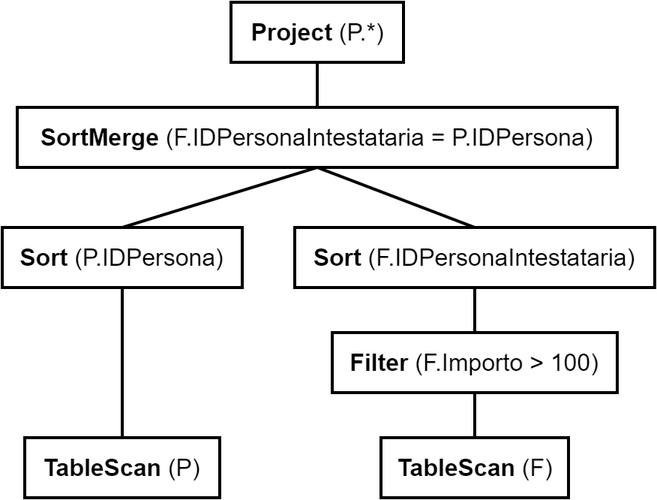
alessandro-antonelli/Studio-professionale-fatture keeps this draw.io diagram as Piani di accesso/Albero fisico 1.png. Above is the earlier version. Source tidied: cells renumbered, new cells last; positions are measured from the earlier drawing's top-left corner, leaving out a move shared by most shapes. The source it was exported from:
```xml
<mxGraphModel>
  <root>
    <mxCell id="0" />
    <mxCell id="1" parent="0" />
    <mxCell id="2" value="&lt;font style=&quot;font-size: 16px&quot;&gt;&lt;b&gt;Project&lt;/b&gt; (P.*)&lt;/font&gt;" style="text;html=1;fillColor=none;align=center;verticalAlign=middle;whiteSpace=wrap;rounded=0;strokeColor=#000000;strokeWidth=2;" parent="1" vertex="1">
      <mxGeometry x="152.5" width="115" height="40" as="geometry" />
    </mxCell>
    <mxCell id="3" style="endArrow=none;html=1;strokeWidth=2;exitX=0.5;exitY=1;exitDx=0;exitDy=0;entryX=0.5;entryY=0;entryDx=0;entryDy=0;" parent="1" edge="1" source="6" target="12">
      <mxGeometry relative="1" as="geometry" />
    </mxCell>
    <mxCell id="4" value="&lt;font style=&quot;font-size: 16px&quot;&gt;&lt;b&gt;TableScan&lt;/b&gt; (P)&lt;/font&gt;" style="text;html=1;fillColor=none;align=center;verticalAlign=middle;whiteSpace=wrap;rounded=0;strokeColor=#000000;strokeWidth=2;" parent="1" vertex="1">
      <mxGeometry x="15" y="290" width="130" height="40" as="geometry" />
    </mxCell>
    <mxCell id="5" value="&lt;font style=&quot;font-size: 16px&quot;&gt;&lt;b&gt;TableScan&lt;/b&gt; (F)&lt;/font&gt;" style="text;html=1;fillColor=none;align=center;verticalAlign=middle;whiteSpace=wrap;rounded=0;strokeColor=#000000;strokeWidth=2;" parent="1" vertex="1">
      <mxGeometry x="252.5" y="290" width="125" height="40" as="geometry" />
    </mxCell>
    <mxCell id="6" value="&lt;span style=&quot;text-align: left ; font-size: 16px&quot;&gt;&lt;b&gt;SortMerge&lt;/b&gt; (F.IDPersonaIntestataria = P.IDPersona)&lt;br&gt;&lt;/span&gt;" style="text;html=1;fillColor=none;align=center;verticalAlign=middle;whiteSpace=wrap;rounded=0;strokeColor=#000000;strokeWidth=2;" parent="1" vertex="1">
      <mxGeometry x="10" y="70" width="400" height="40" as="geometry" />
    </mxCell>
    <mxCell id="7" value="&lt;font style=&quot;font-size: 16px&quot;&gt;&lt;b&gt;Filter&lt;/b&gt; (F.Importo &amp;gt; 100)&lt;/font&gt;" style="text;html=1;fillColor=none;align=center;verticalAlign=middle;whiteSpace=wrap;rounded=0;strokeColor=#000000;strokeWidth=2;" parent="1" vertex="1">
      <mxGeometry x="220" y="220" width="190" height="40" as="geometry" />
    </mxCell>
    <mxCell id="8" style="endArrow=none;html=1;strokeWidth=2;exitX=0.5;exitY=0;exitDx=0;exitDy=0;entryX=0.5;entryY=1;entryDx=0;entryDy=0;" parent="1" edge="1" source="4" target="12">
      <mxGeometry relative="1" as="geometry" />
    </mxCell>
    <mxCell id="9" style="endArrow=none;html=1;strokeWidth=2;exitX=0.5;exitY=0;exitDx=0;exitDy=0;" parent="1" edge="1" source="5" target="7">
      <mxGeometry relative="1" as="geometry" />
    </mxCell>
    <mxCell id="10" style="endArrow=none;html=1;strokeWidth=2;exitX=0.5;exitY=0;exitDx=0;exitDy=0;entryX=0.5;entryY=1;entryDx=0;entryDy=0;" parent="1" edge="1" source="7" target="11">
      <mxGeometry relative="1" as="geometry" />
    </mxCell>
    <mxCell id="11" value="&lt;font style=&quot;font-size: 16px&quot;&gt;&lt;b&gt;Sort&lt;/b&gt; (&lt;span style=&quot;text-align: left&quot;&gt;F.IDPersonaIntestataria&lt;/span&gt;)&lt;/font&gt;" style="text;html=1;fillColor=none;align=center;verticalAlign=middle;whiteSpace=wrap;rounded=0;strokeColor=#000000;strokeWidth=2;" parent="1" vertex="1">
      <mxGeometry x="195" y="150" width="240" height="40" as="geometry" />
    </mxCell>
    <mxCell id="12" value="&lt;font style=&quot;font-size: 16px&quot;&gt;&lt;b&gt;Sort&lt;/b&gt; (P.IDPersona)&lt;/font&gt;" style="text;html=1;fillColor=none;align=center;verticalAlign=middle;whiteSpace=wrap;rounded=0;strokeColor=#000000;strokeWidth=2;" parent="1" vertex="1">
      <mxGeometry y="150" width="160" height="40" as="geometry" />
    </mxCell>
    <mxCell id="13" style="endArrow=none;html=1;strokeWidth=2;exitX=0.5;exitY=1;exitDx=0;exitDy=0;entryX=0.5;entryY=0;entryDx=0;entryDy=0;" parent="1" edge="1" source="6" target="11">
      <mxGeometry relative="1" as="geometry" />
    </mxCell>
    <mxCell id="14" style="endArrow=none;html=1;strokeWidth=2;exitX=0.5;exitY=1;exitDx=0;exitDy=0;entryX=0.5;entryY=0;entryDx=0;entryDy=0;" parent="1" edge="1" source="2" target="6">
      <mxGeometry relative="1" as="geometry" />
    </mxCell>
  </root>
</mxGraphModel>
```
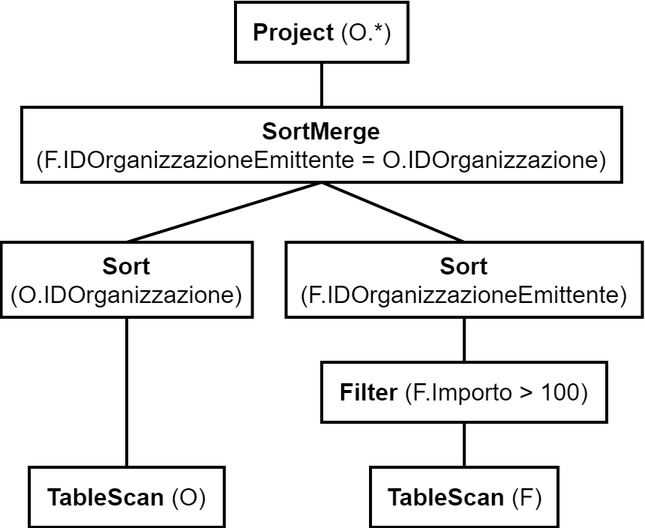
The same diagram one commit later.

The edit, as a diff of the source:
```diff
@@ -2,23 +2,23 @@
   <root>
     <mxCell id="0" />
     <mxCell id="1" parent="0" />
-    <mxCell id="2" value="&lt;font style=&quot;font-size: 16px&quot;&gt;&lt;b&gt;Project&lt;/b&gt; (P.*)&lt;/font&gt;" style="text;html=1;fillColor=none;align=center;verticalAlign=middle;whiteSpace=wrap;rounded=0;strokeColor=#000000;strokeWidth=2;" parent="1" vertex="1">
-      <mxGeometry x="152.5" width="115" height="40" as="geometry" />
+    <mxCell id="2" value="&lt;font style=&quot;font-size: 16px&quot;&gt;&lt;b&gt;Project&lt;/b&gt; (O.*)&lt;/font&gt;" style="text;html=1;fillColor=none;align=center;verticalAlign=middle;whiteSpace=wrap;rounded=0;strokeColor=#000000;strokeWidth=2;" parent="1" vertex="1">
+      <mxGeometry x="152.5" y="-10" width="115" height="40" as="geometry" />
     </mxCell>
     <mxCell id="3" style="endArrow=none;html=1;strokeWidth=2;exitX=0.5;exitY=1;exitDx=0;exitDy=0;entryX=0.5;entryY=0;entryDx=0;entryDy=0;" parent="1" edge="1" source="6" target="12">
       <mxGeometry relative="1" as="geometry" />
     </mxCell>
-    <mxCell id="4" value="&lt;font style=&quot;font-size: 16px&quot;&gt;&lt;b&gt;TableScan&lt;/b&gt; (P)&lt;/font&gt;" style="text;html=1;fillColor=none;align=center;verticalAlign=middle;whiteSpace=wrap;rounded=0;strokeColor=#000000;strokeWidth=2;" parent="1" vertex="1">
-      <mxGeometry x="15" y="290" width="130" height="40" as="geometry" />
+    <mxCell id="4" value="&lt;font style=&quot;font-size: 16px&quot;&gt;&lt;b&gt;TableScan&lt;/b&gt; (O)&lt;/font&gt;" style="text;html=1;fillColor=none;align=center;verticalAlign=middle;whiteSpace=wrap;rounded=0;strokeColor=#000000;strokeWidth=2;" parent="1" vertex="1">
+      <mxGeometry x="15" y="300" width="130" height="40" as="geometry" />
     </mxCell>
     <mxCell id="5" value="&lt;font style=&quot;font-size: 16px&quot;&gt;&lt;b&gt;TableScan&lt;/b&gt; (F)&lt;/font&gt;" style="text;html=1;fillColor=none;align=center;verticalAlign=middle;whiteSpace=wrap;rounded=0;strokeColor=#000000;strokeWidth=2;" parent="1" vertex="1">
-      <mxGeometry x="252.5" y="290" width="125" height="40" as="geometry" />
+      <mxGeometry x="242.5" y="300" width="125" height="40" as="geometry" />
     </mxCell>
-    <mxCell id="6" value="&lt;span style=&quot;text-align: left ; font-size: 16px&quot;&gt;&lt;b&gt;SortMerge&lt;/b&gt; (F.IDPersonaIntestataria = P.IDPersona)&lt;br&gt;&lt;/span&gt;" style="text;html=1;fillColor=none;align=center;verticalAlign=middle;whiteSpace=wrap;rounded=0;strokeColor=#000000;strokeWidth=2;" parent="1" vertex="1">
-      <mxGeometry x="10" y="70" width="400" height="40" as="geometry" />
+    <mxCell id="6" value="&lt;span style=&quot;text-align: left ; font-size: 16px&quot;&gt;&lt;b&gt;SortMerge&lt;br&gt;&lt;/b&gt;(F.IDOrganizzazioneEmittente = O.IDOrganizzazione)&lt;br&gt;&lt;/span&gt;" style="text;html=1;fillColor=none;align=center;verticalAlign=middle;whiteSpace=wrap;rounded=0;strokeColor=#000000;strokeWidth=2;" parent="1" vertex="1">
+      <mxGeometry x="10" y="60" width="400" height="50" as="geometry" />
     </mxCell>
     <mxCell id="7" value="&lt;font style=&quot;font-size: 16px&quot;&gt;&lt;b&gt;Filter&lt;/b&gt; (F.Importo &amp;gt; 100)&lt;/font&gt;" style="text;html=1;fillColor=none;align=center;verticalAlign=middle;whiteSpace=wrap;rounded=0;strokeColor=#000000;strokeWidth=2;" parent="1" vertex="1">
-      <mxGeometry x="220" y="220" width="190" height="40" as="geometry" />
+      <mxGeometry x="210" y="230" width="190" height="40" as="geometry" />
     </mxCell>
     <mxCell id="8" style="endArrow=none;html=1;strokeWidth=2;exitX=0.5;exitY=0;exitDx=0;exitDy=0;entryX=0.5;entryY=1;entryDx=0;entryDy=0;" parent="1" edge="1" source="4" target="12">
       <mxGeometry relative="1" as="geometry" />
@@ -29,11 +29,11 @@
     <mxCell id="10" style="endArrow=none;html=1;strokeWidth=2;exitX=0.5;exitY=0;exitDx=0;exitDy=0;entryX=0.5;entryY=1;entryDx=0;entryDy=0;" parent="1" edge="1" source="7" target="11">
       <mxGeometry relative="1" as="geometry" />
     </mxCell>
-    <mxCell id="11" value="&lt;font style=&quot;font-size: 16px&quot;&gt;&lt;b&gt;Sort&lt;/b&gt; (&lt;span style=&quot;text-align: left&quot;&gt;F.IDPersonaIntestataria&lt;/span&gt;)&lt;/font&gt;" style="text;html=1;fillColor=none;align=center;verticalAlign=middle;whiteSpace=wrap;rounded=0;strokeColor=#000000;strokeWidth=2;" parent="1" vertex="1">
-      <mxGeometry x="195" y="150" width="240" height="40" as="geometry" />
+    <mxCell id="11" value="&lt;font style=&quot;font-size: 16px&quot;&gt;&lt;b&gt;Sort&lt;br&gt;&lt;/b&gt;(&lt;span style=&quot;text-align: left&quot;&gt;F.IDOrganizzazioneEmittente&lt;/span&gt;)&lt;/font&gt;" style="text;html=1;fillColor=none;align=center;verticalAlign=middle;whiteSpace=wrap;rounded=0;strokeColor=#000000;strokeWidth=2;" parent="1" vertex="1">
+      <mxGeometry x="186.2" y="150" width="237.5" height="50" as="geometry" />
     </mxCell>
-    <mxCell id="12" value="&lt;font style=&quot;font-size: 16px&quot;&gt;&lt;b&gt;Sort&lt;/b&gt; (P.IDPersona)&lt;/font&gt;" style="text;html=1;fillColor=none;align=center;verticalAlign=middle;whiteSpace=wrap;rounded=0;strokeColor=#000000;strokeWidth=2;" parent="1" vertex="1">
-      <mxGeometry y="150" width="160" height="40" as="geometry" />
+    <mxCell id="12" value="&lt;font style=&quot;font-size: 16px&quot;&gt;&lt;b&gt;Sort&lt;br&gt;&lt;/b&gt;(O.IDOrganizzazione)&lt;/font&gt;" style="text;html=1;fillColor=none;align=center;verticalAlign=middle;whiteSpace=wrap;rounded=0;strokeColor=#000000;strokeWidth=2;" parent="1" vertex="1">
+      <mxGeometry x="-3.8" y="150" width="167.5" height="50" as="geometry" />
     </mxCell>
     <mxCell id="13" style="endArrow=none;html=1;strokeWidth=2;exitX=0.5;exitY=1;exitDx=0;exitDy=0;entryX=0.5;entryY=0;entryDx=0;entryDy=0;" parent="1" edge="1" source="6" target="11">
       <mxGeometry relative="1" as="geometry" />
```
